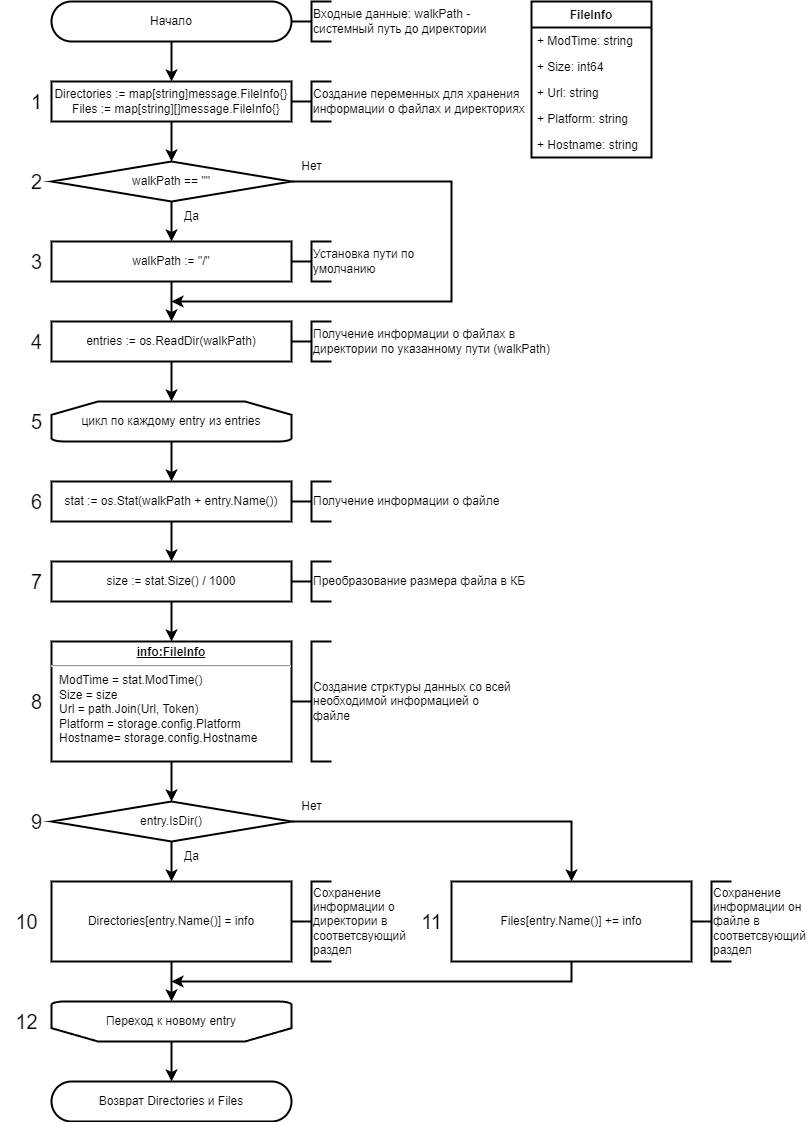
The draw.io diagram images/algorithm/storage/algorithm-storage-collect-filesystem.drawio.png in necroin/vss-docs, before a commit. Source tidied: cells renumbered, new cells last; positions are measured from the earlier drawing's top-left corner, leaving out a move shared by most shapes.
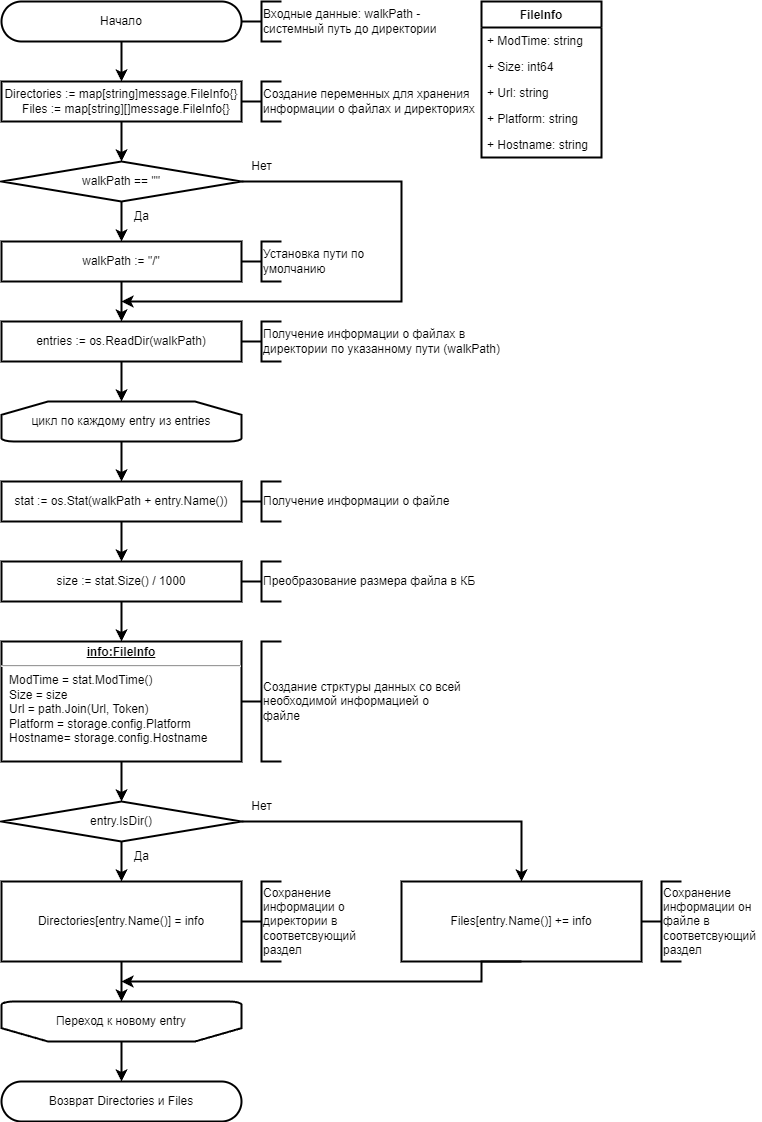
After the commit.

What changed in the source:
```diff
@@ -120,7 +120,7 @@
       <mxGeometry relative="1" as="geometry">
         <mxPoint x="170" y="980" as="targetPoint" />
         <Array as="points">
-          <mxPoint x="570" y="980" />
+          <mxPoint x="530" y="980" />
         </Array>
       </mxGeometry>
     </mxCell>
@@ -172,42 +172,6 @@
     <mxCell id="54" value="+ Hostname: string" style="text;strokeColor=none;fillColor=none;align=left;verticalAlign=top;spacingLeft=4;spacingRight=4;overflow=hidden;strokeWidth=2;" parent="49" vertex="1">
       <mxGeometry y="130" width="120" height="26" as="geometry" />
     </mxCell>
-    <mxCell id="55" value="1" style="text;html=1;align=center;verticalAlign=middle;strokeColor=none;fillColor=none;fontSize=20;strokeWidth=2;" parent="1" vertex="1">
-      <mxGeometry x="20" y="80" width="30" height="40" as="geometry" />
-    </mxCell>
-    <mxCell id="56" value="2" style="text;html=1;align=center;verticalAlign=middle;strokeColor=none;fillColor=none;fontSize=20;strokeWidth=2;" parent="1" vertex="1">
-      <mxGeometry x="20" y="160" width="30" height="40" as="geometry" />
-    </mxCell>
-    <mxCell id="57" value="3" style="text;html=1;align=center;verticalAlign=middle;strokeColor=none;fillColor=none;fontSize=20;strokeWidth=2;" parent="1" vertex="1">
-      <mxGeometry x="20" y="240" width="30" height="40" as="geometry" />
-    </mxCell>
-    <mxCell id="58" value="4" style="text;html=1;align=center;verticalAlign=middle;strokeColor=none;fillColor=none;fontSize=20;strokeWidth=2;" parent="1" vertex="1">
-      <mxGeometry x="20" y="320" width="30" height="40" as="geometry" />
-    </mxCell>
-    <mxCell id="59" value="5" style="text;html=1;align=center;verticalAlign=middle;strokeColor=none;fillColor=none;fontSize=20;strokeWidth=2;" parent="1" vertex="1">
-      <mxGeometry x="20" y="400" width="30" height="40" as="geometry" />
-    </mxCell>
-    <mxCell id="60" value="6" style="text;html=1;align=center;verticalAlign=middle;strokeColor=none;fillColor=none;fontSize=20;strokeWidth=2;" parent="1" vertex="1">
-      <mxGeometry x="20" y="480" width="30" height="40" as="geometry" />
-    </mxCell>
-    <mxCell id="61" value="7" style="text;html=1;align=center;verticalAlign=middle;strokeColor=none;fillColor=none;fontSize=20;strokeWidth=2;" parent="1" vertex="1">
-      <mxGeometry x="20" y="560" width="30" height="40" as="geometry" />
-    </mxCell>
-    <mxCell id="62" value="8" style="text;html=1;align=center;verticalAlign=middle;strokeColor=none;fillColor=none;fontSize=20;strokeWidth=2;" parent="1" vertex="1">
-      <mxGeometry x="20" y="680" width="30" height="40" as="geometry" />
-    </mxCell>
-    <mxCell id="63" value="9" style="text;html=1;align=center;verticalAlign=middle;strokeColor=none;fillColor=none;fontSize=20;strokeWidth=2;" parent="1" vertex="1">
-      <mxGeometry x="20" y="800" width="30" height="40" as="geometry" />
-    </mxCell>
-    <mxCell id="64" value="10" style="text;html=1;align=center;verticalAlign=middle;strokeColor=none;fillColor=none;fontSize=20;strokeWidth=2;" parent="1" vertex="1">
-      <mxGeometry y="900" width="50" height="40" as="geometry" />
-    </mxCell>
-    <mxCell id="65" value="11" style="text;html=1;align=center;verticalAlign=middle;strokeColor=none;fillColor=none;fontSize=20;strokeWidth=2;" parent="1" vertex="1">
-      <mxGeometry x="410" y="900" width="40" height="40" as="geometry" />
-    </mxCell>
-    <mxCell id="66" value="12" style="text;html=1;align=center;verticalAlign=middle;strokeColor=none;fillColor=none;fontSize=20;strokeWidth=2;" parent="1" vertex="1">
-      <mxGeometry y="1000" width="50" height="40" as="geometry" />
-    </mxCell>
     <mxCell id="67" style="strokeWidth=2;html=1;shape=mxgraph.flowchart.annotation_2;align=left;labelPosition=right;" parent="1" vertex="1">
       <mxGeometry x="290" y="240" width="40" height="40" as="geometry" />
     </mxCell>
```
